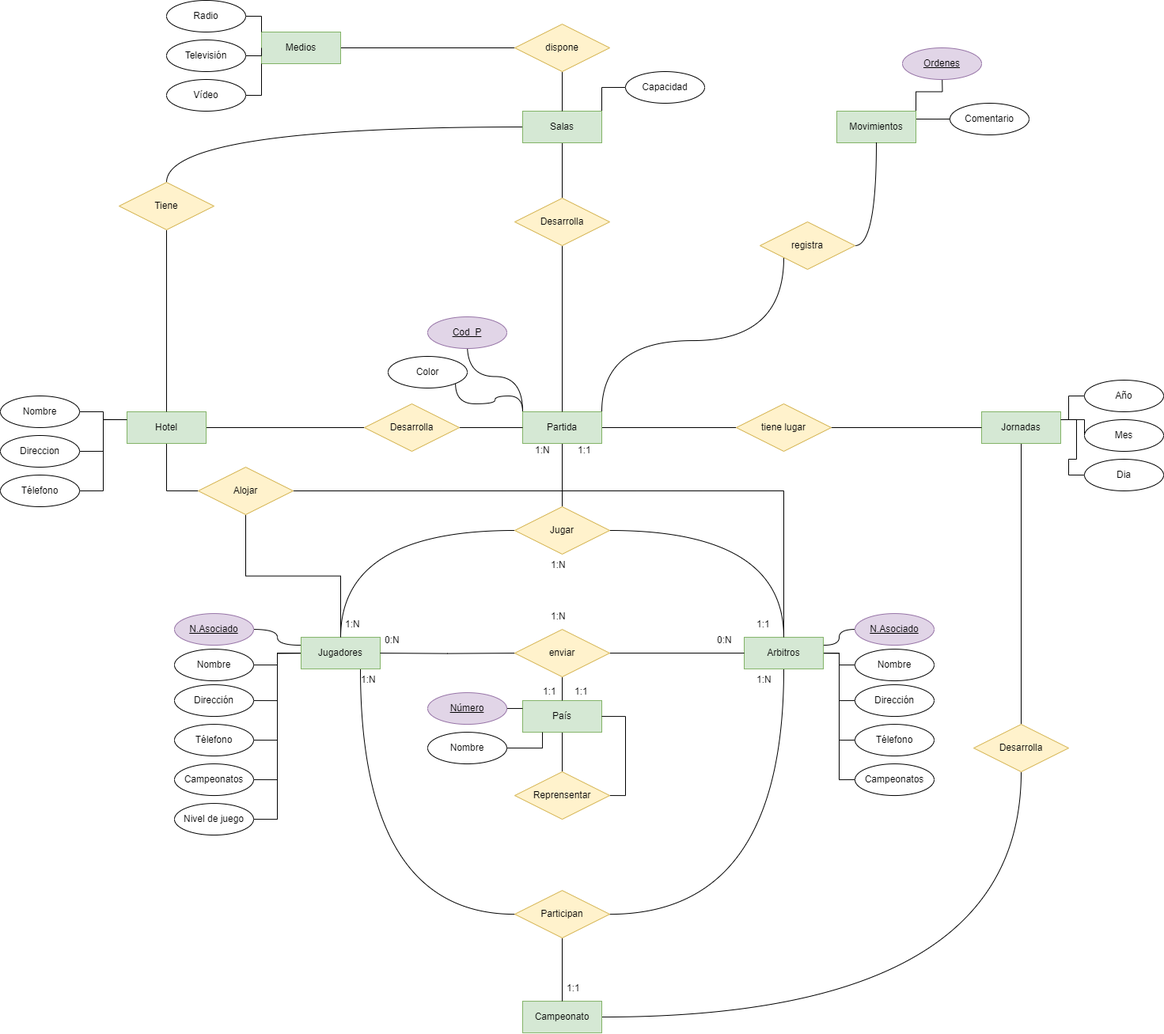
The draw.io diagram Unidad-1/Tareas/Tarea-evaluable2/tarea_evaluable2.drawio.png in jdrguez/2-Daw, before a commit. Source tidied: cells renumbered, new cells last; positions are measured from the earlier drawing's top-left corner, leaving out a move shared by most shapes.
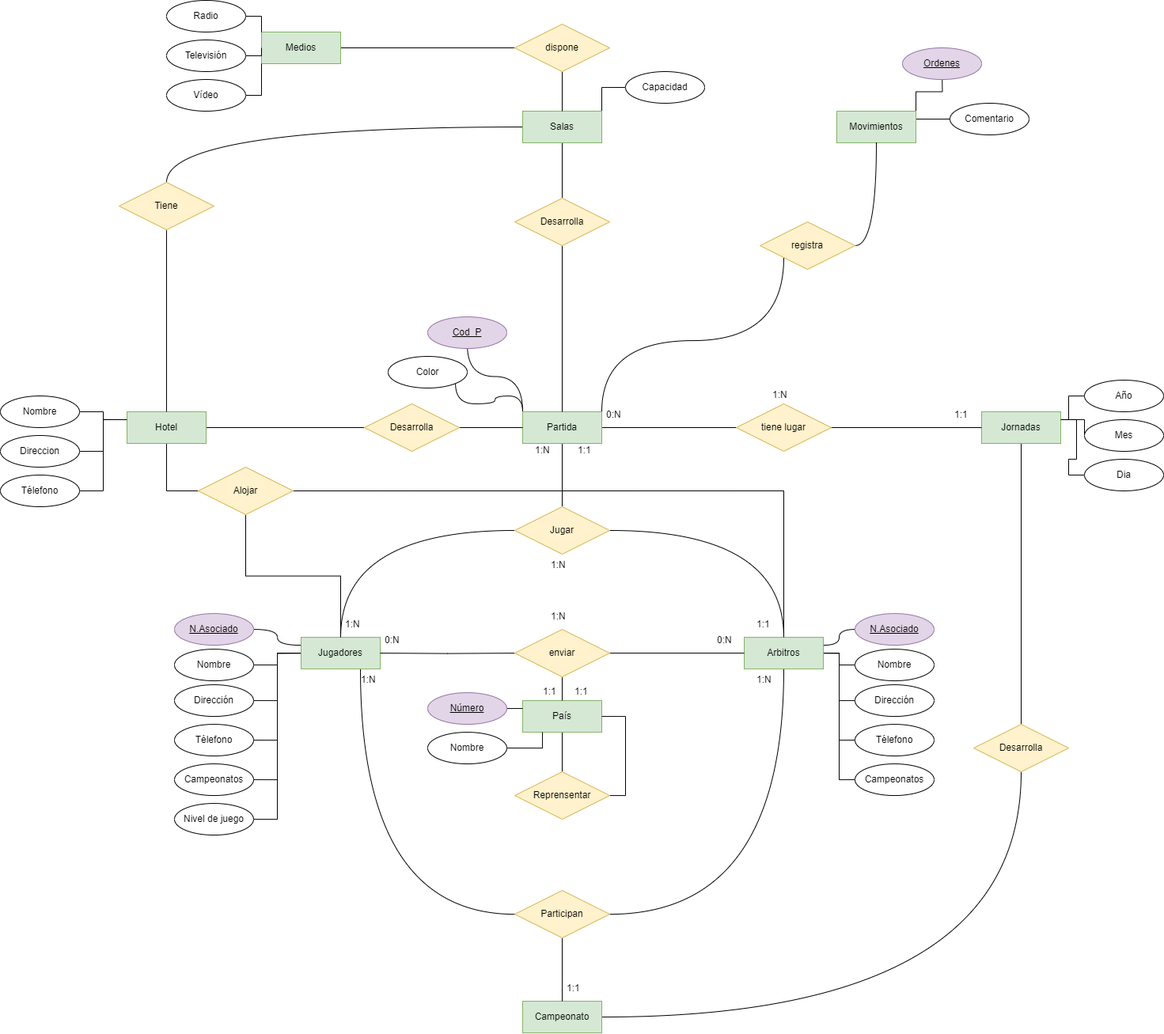
The same file after the commit.

Diff of the diagram source:
```diff
@@ -361,5 +361,14 @@
     <mxCell id="118" value="1:N" style="text;strokeColor=none;fillColor=none;spacingLeft=4;spacingRight=4;overflow=hidden;fontSize=12;whiteSpace=wrap;html=1;" parent="1" vertex="1">
       <mxGeometry x="690" y="700" width="40" height="30" as="geometry" />
     </mxCell>
+    <mxCell id="119" value="1:1" style="text;strokeColor=none;fillColor=none;spacingLeft=4;spacingRight=4;overflow=hidden;fontSize=12;whiteSpace=wrap;html=1;" parent="1" vertex="1">
+      <mxGeometry x="1200" y="510" width="40" height="30" as="geometry" />
+    </mxCell>
+    <mxCell id="120" value="0:N" style="text;strokeColor=none;fillColor=none;spacingLeft=4;spacingRight=4;overflow=hidden;fontSize=12;whiteSpace=wrap;html=1;" parent="1" vertex="1">
+      <mxGeometry x="760" y="510" width="40" height="30" as="geometry" />
+    </mxCell>
+    <mxCell id="121" value="1:N" style="text;strokeColor=none;fillColor=none;spacingLeft=4;spacingRight=4;overflow=hidden;fontSize=12;whiteSpace=wrap;html=1;" parent="1" vertex="1">
+      <mxGeometry x="970" y="485" width="40" height="30" as="geometry" />
+    </mxCell>
   </root>
 </mxGraphModel>
```
